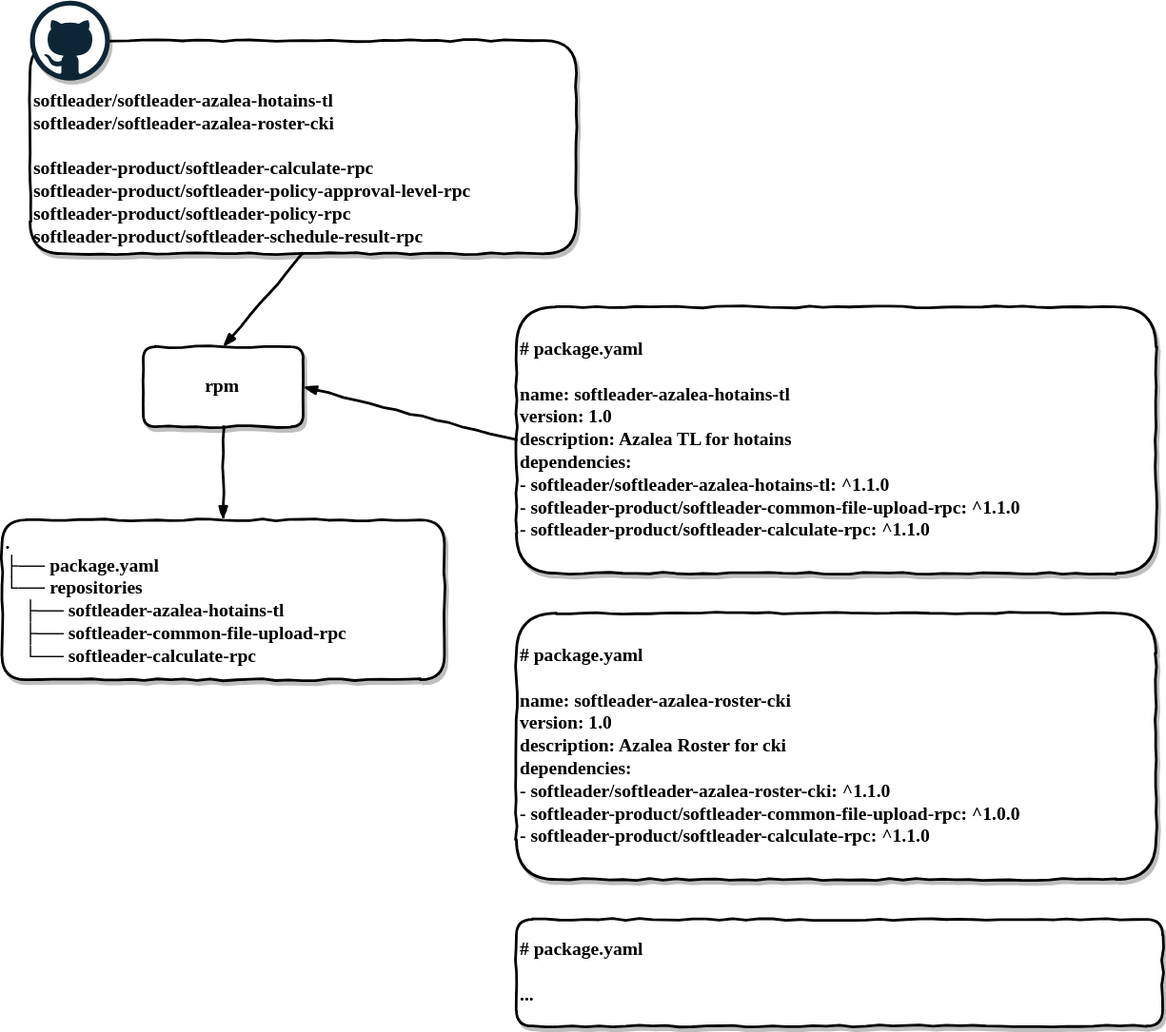
The draw.io diagram doc/overview.svg in softleader/git-package-manager, before a commit. Source tidied: cells renumbered, new cells last; positions are measured from the earlier drawing's top-left corner, leaving out a move shared by most shapes.
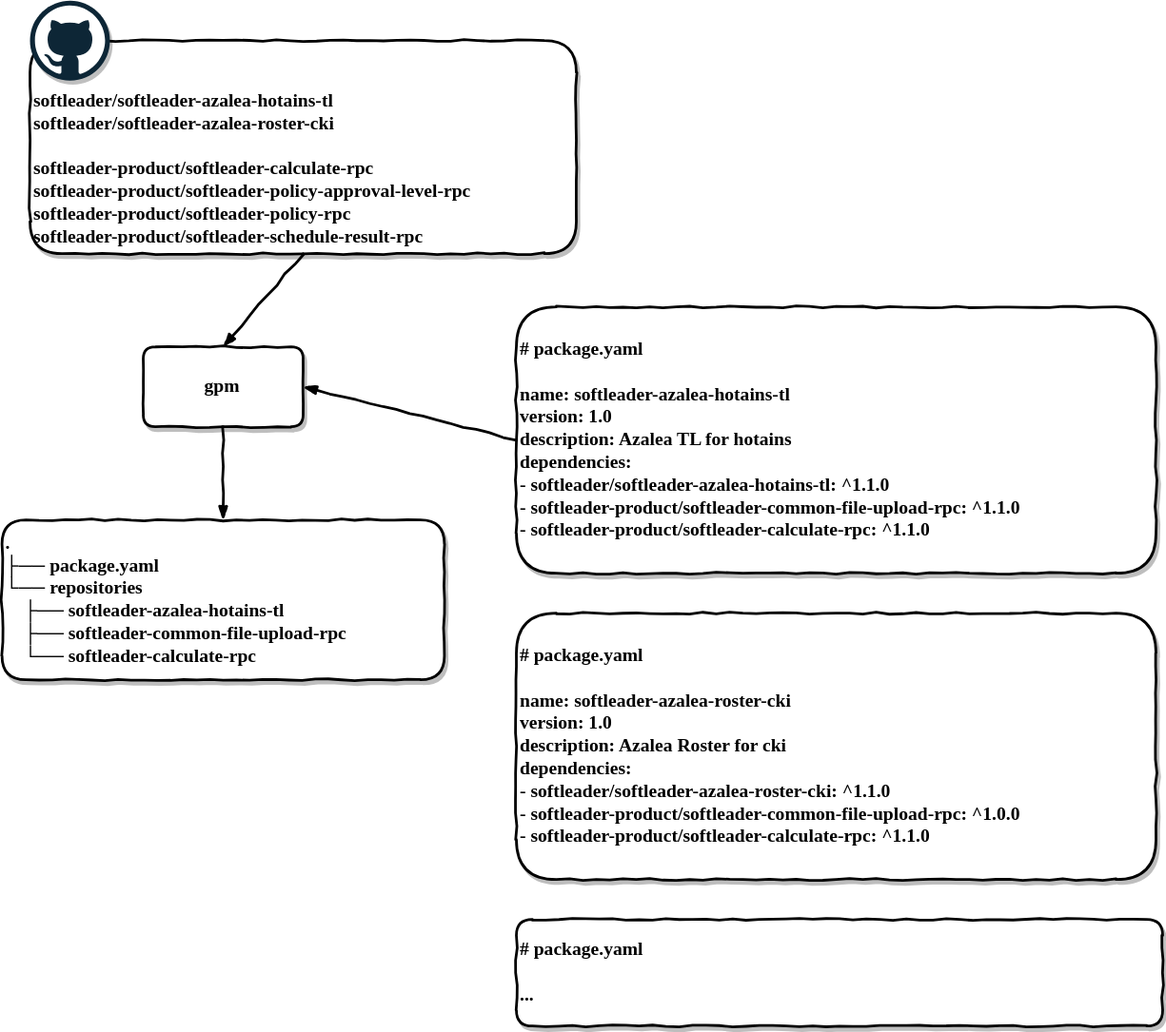
After the commit.

The edit, as a diff of the source:
```diff
@@ -2,7 +2,7 @@
   <root>
     <mxCell id="0" />
     <mxCell id="1" parent="0" />
-    <mxCell id="2" value="rpm" style="comic=1;strokeWidth=2;fontFamily=Comic Sans MS;fontStyle=1;rounded=1;shadow=1;glass=0;fillColor=#FFFFFF;gradientColor=none;align=center;fontSize=14;" parent="1" vertex="1">
+    <mxCell id="2" value="gpm" style="comic=1;strokeWidth=2;fontFamily=Comic Sans MS;fontStyle=1;rounded=1;shadow=1;glass=0;fillColor=#FFFFFF;gradientColor=none;align=center;fontSize=14;" parent="1" vertex="1">
       <mxGeometry x="106" y="260" width="120" height="60" as="geometry" />
     </mxCell>
     <mxCell id="3" style="group;" parent="1" vertex="1">
```
